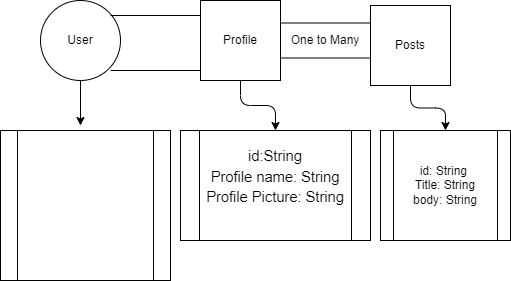
Above: schema.drawio.png in he445/project-diarioofc (draw.io), before the change. Source tidied: cells renumbered, new cells last; positions are measured from the earlier drawing's top-left corner, leaving out a move shared by most shapes.
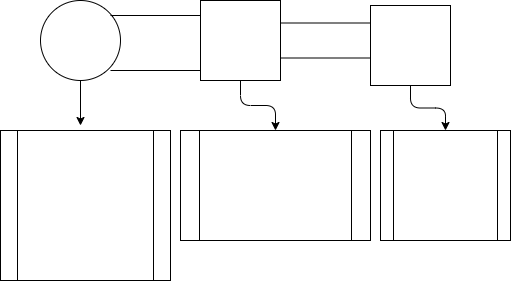
The same diagram one commit later.

The edit, as a diff of the source:
```diff
@@ -2,36 +2,36 @@
   <root>
     <mxCell id="0" />
     <mxCell id="1" parent="0" />
-    <mxCell id="2" style="edgeStyle=none;html=1;labelBackgroundColor=none;align=center;fontFamily=Helvetica;" parent="1" edge="1" source="3">
+    <mxCell id="2" style="edgeStyle=none;html=1;labelBackgroundColor=none;align=center;fontFamily=Helvetica;fontColor=#FFFFFF;" parent="1" edge="1" source="3">
       <mxGeometry relative="1" as="geometry">
         <mxPoint x="80" y="125" as="targetPoint" />
       </mxGeometry>
     </mxCell>
-    <mxCell id="3" value="User" style="ellipse;whiteSpace=wrap;html=1;labelBackgroundColor=none;align=center;fontFamily=Helvetica;" parent="1" vertex="1">
+    <mxCell id="3" value="User" style="ellipse;whiteSpace=wrap;html=1;labelBackgroundColor=none;align=center;fontFamily=Helvetica;fontColor=#FFFFFF;" parent="1" vertex="1">
       <mxGeometry x="40" width="80" height="80" as="geometry" />
     </mxCell>
-    <mxCell id="4" style="edgeStyle=orthogonalEdgeStyle;html=1;fontColor=#000000;labelBackgroundColor=none;align=center;fontFamily=Helvetica;" parent="1" edge="1" source="5" target="10">
+    <mxCell id="4" style="edgeStyle=orthogonalEdgeStyle;html=1;fontColor=#FFFFFF;labelBackgroundColor=none;align=center;fontFamily=Helvetica;" parent="1" edge="1" source="5" target="10">
       <mxGeometry relative="1" as="geometry" />
     </mxCell>
-    <mxCell id="5" value="Profile" style="whiteSpace=wrap;html=1;labelBackgroundColor=none;align=center;fontFamily=Helvetica;" parent="1" vertex="1">
+    <mxCell id="5" value="Profile" style="whiteSpace=wrap;html=1;labelBackgroundColor=none;align=center;fontFamily=Helvetica;fontColor=#FFFFFF;" parent="1" vertex="1">
       <mxGeometry x="200" width="80" height="80" as="geometry" />
     </mxCell>
-    <mxCell id="6" style="edgeStyle=orthogonalEdgeStyle;html=1;fontColor=#000000;labelBackgroundColor=none;align=center;fontFamily=Helvetica;" parent="1" edge="1" source="7" target="11">
+    <mxCell id="6" style="edgeStyle=orthogonalEdgeStyle;html=1;fontColor=#FFFFFF;labelBackgroundColor=none;align=center;fontFamily=Helvetica;" parent="1" edge="1" source="7" target="11">
       <mxGeometry relative="1" as="geometry" />
     </mxCell>
-    <mxCell id="7" value="Posts" style="whiteSpace=wrap;html=1;labelBackgroundColor=none;align=center;fontFamily=Helvetica;" parent="1" vertex="1">
+    <mxCell id="7" value="Posts" style="whiteSpace=wrap;html=1;labelBackgroundColor=none;align=center;fontFamily=Helvetica;fontColor=#FFFFFF;" parent="1" vertex="1">
       <mxGeometry x="370" y="5" width="80" height="80" as="geometry" />
     </mxCell>
-    <mxCell id="8" value="One to Many" style="shape=partialRectangle;whiteSpace=wrap;html=1;left=0;right=0;fillColor=none;labelBackgroundColor=none;align=center;fontFamily=Helvetica;" parent="1" vertex="1">
+    <mxCell id="8" value="One to Many" style="shape=partialRectangle;whiteSpace=wrap;html=1;left=0;right=0;fillColor=none;labelBackgroundColor=none;align=center;fontFamily=Helvetica;fontColor=#FFFFFF;" parent="1" vertex="1">
       <mxGeometry x="280" y="22.5" width="90" height="35" as="geometry" />
     </mxCell>
-    <mxCell id="9" value="&lt;span id=&quot;docs-internal-guid-df282f5a-7fff-cb5b-8f41-3b00759840ae&quot;&gt;&lt;p dir=&quot;ltr&quot; style=&quot;line-height: 1.38 ; margin-top: 0pt ; margin-bottom: 0pt&quot;&gt;&lt;span style=&quot;font-size: 11pt; vertical-align: baseline;&quot;&gt;&amp;nbsp;&amp;nbsp;id: string;&lt;/span&gt;&lt;/p&gt;&lt;p dir=&quot;ltr&quot; style=&quot;line-height: 1.38 ; margin-top: 0pt ; margin-bottom: 0pt&quot;&gt;&lt;span style=&quot;font-size: 11pt; vertical-align: baseline;&quot;&gt;&amp;nbsp; User name: string;&lt;/span&gt;&lt;/p&gt;&lt;p dir=&quot;ltr&quot; style=&quot;line-height: 1.38 ; margin-top: 0pt ; margin-bottom: 0pt&quot;&gt;&lt;span style=&quot;font-size: 11pt; vertical-align: baseline;&quot;&gt;&amp;nbsp;&amp;nbsp;email: string;&lt;/span&gt;&lt;/p&gt;&lt;p dir=&quot;ltr&quot; style=&quot;line-height: 1.38 ; margin-top: 0pt ; margin-bottom: 0pt&quot;&gt;&lt;span style=&quot;font-size: 11pt; vertical-align: baseline;&quot;&gt;&amp;nbsp;&amp;nbsp;password: string;&lt;/span&gt;&lt;/p&gt;&lt;p dir=&quot;ltr&quot; style=&quot;line-height: 1.38 ; margin-top: 0pt ; margin-bottom: 0pt&quot;&gt;&lt;span style=&quot;font-size: 11pt; vertical-align: baseline;&quot;&gt;&amp;nbsp;&amp;nbsp;cpf: string;&lt;/span&gt;&lt;/p&gt;&lt;p dir=&quot;ltr&quot; style=&quot;line-height: 1.38 ; margin-top: 0pt ; margin-bottom: 0pt&quot;&gt;&lt;span style=&quot;font-size: 11pt; vertical-align: baseline;&quot;&gt;&amp;nbsp;&amp;nbsp;role: string;&lt;/span&gt;&lt;/p&gt;&lt;div&gt;&lt;span style=&quot;font-size: 11pt; color: rgb(0, 0, 0); vertical-align: baseline;&quot;&gt;&lt;br&gt;&lt;/span&gt;&lt;/div&gt;&lt;/span&gt;" style="shape=process;whiteSpace=wrap;html=1;backgroundOutline=1;labelBackgroundColor=none;fontColor=#FFFFFF;align=center;fontFamily=Helvetica;" parent="1" vertex="1">
+    <mxCell id="9" value="&lt;span id=&quot;docs-internal-guid-df282f5a-7fff-cb5b-8f41-3b00759840ae&quot;&gt;&lt;p dir=&quot;ltr&quot; style=&quot;line-height: 1.38 ; margin-top: 0pt ; margin-bottom: 0pt&quot;&gt;&lt;span style=&quot;font-size: 11pt; vertical-align: baseline;&quot;&gt;&amp;nbsp;&amp;nbsp;id: string;&lt;/span&gt;&lt;/p&gt;&lt;p dir=&quot;ltr&quot; style=&quot;line-height: 1.38 ; margin-top: 0pt ; margin-bottom: 0pt&quot;&gt;&lt;span style=&quot;font-size: 11pt; vertical-align: baseline;&quot;&gt;&amp;nbsp; User name: string;&lt;/span&gt;&lt;/p&gt;&lt;p dir=&quot;ltr&quot; style=&quot;line-height: 1.38 ; margin-top: 0pt ; margin-bottom: 0pt&quot;&gt;&lt;span style=&quot;font-size: 11pt; vertical-align: baseline;&quot;&gt;&amp;nbsp;&amp;nbsp;email: string;&lt;/span&gt;&lt;/p&gt;&lt;p dir=&quot;ltr&quot; style=&quot;line-height: 1.38 ; margin-top: 0pt ; margin-bottom: 0pt&quot;&gt;&lt;span style=&quot;font-size: 11pt; vertical-align: baseline;&quot;&gt;&amp;nbsp;&amp;nbsp;password: string;&lt;/span&gt;&lt;/p&gt;&lt;p dir=&quot;ltr&quot; style=&quot;line-height: 1.38 ; margin-top: 0pt ; margin-bottom: 0pt&quot;&gt;&lt;span style=&quot;font-size: 11pt; vertical-align: baseline;&quot;&gt;&amp;nbsp;&amp;nbsp;cpf: string;&lt;/span&gt;&lt;/p&gt;&lt;p dir=&quot;ltr&quot; style=&quot;line-height: 1.38 ; margin-top: 0pt ; margin-bottom: 0pt&quot;&gt;&lt;span style=&quot;font-size: 11pt; vertical-align: baseline;&quot;&gt;&amp;nbsp;&amp;nbsp;role: string;&lt;/span&gt;&lt;/p&gt;&lt;div&gt;&lt;span style=&quot;font-size: 11pt; vertical-align: baseline;&quot;&gt;&lt;br&gt;&lt;/span&gt;&lt;/div&gt;&lt;/span&gt;" style="shape=process;whiteSpace=wrap;html=1;backgroundOutline=1;labelBackgroundColor=none;fontColor=#FFFFFF;align=center;fontFamily=Helvetica;" parent="1" vertex="1">
       <mxGeometry y="130" width="170" height="150" as="geometry" />
     </mxCell>
-    <mxCell id="10" value="&lt;span id=&quot;docs-internal-guid-a3b46b1f-7fff-5929-f7e5-c24bb7a05511&quot;&gt;&lt;p dir=&quot;ltr&quot; style=&quot;line-height: 1.38 ; margin-top: 0pt ; margin-bottom: 0pt&quot;&gt;&lt;span style=&quot;font-size: 11pt; vertical-align: baseline;&quot;&gt;id:String&lt;/span&gt;&lt;/p&gt;&lt;p dir=&quot;ltr&quot; style=&quot;line-height: 1.38 ; margin-top: 0pt ; margin-bottom: 0pt&quot;&gt;&lt;span style=&quot;font-size: 11pt; vertical-align: baseline;&quot;&gt;Profile name: String&lt;/span&gt;&lt;/p&gt;&lt;p dir=&quot;ltr&quot; style=&quot;line-height: 1.38 ; margin-top: 0pt ; margin-bottom: 0pt&quot;&gt;&lt;span style=&quot;font-size: 11pt; vertical-align: baseline;&quot;&gt;Profile Picture: String&lt;/span&gt;&lt;/p&gt;&lt;div&gt;&lt;span style=&quot;font-size: 11pt; color: rgb(0, 0, 0); vertical-align: baseline;&quot;&gt;&lt;br&gt;&lt;/span&gt;&lt;/div&gt;&lt;/span&gt;" style="shape=process;whiteSpace=wrap;html=1;backgroundOutline=1;align=center;labelBackgroundColor=none;fontFamily=Helvetica;" parent="1" vertex="1">
+    <mxCell id="10" value="&lt;span id=&quot;docs-internal-guid-a3b46b1f-7fff-5929-f7e5-c24bb7a05511&quot;&gt;&lt;p dir=&quot;ltr&quot; style=&quot;line-height: 1.38 ; margin-top: 0pt ; margin-bottom: 0pt&quot;&gt;&lt;span style=&quot;font-size: 11pt; vertical-align: baseline;&quot;&gt;id:String&lt;/span&gt;&lt;/p&gt;&lt;p dir=&quot;ltr&quot; style=&quot;line-height: 1.38 ; margin-top: 0pt ; margin-bottom: 0pt&quot;&gt;&lt;span style=&quot;font-size: 11pt; vertical-align: baseline;&quot;&gt;Profile name: String&lt;/span&gt;&lt;/p&gt;&lt;p dir=&quot;ltr&quot; style=&quot;line-height: 1.38 ; margin-top: 0pt ; margin-bottom: 0pt&quot;&gt;&lt;span style=&quot;font-size: 11pt; vertical-align: baseline;&quot;&gt;Profile Picture: String&lt;/span&gt;&lt;/p&gt;&lt;div&gt;&lt;span style=&quot;font-size: 11pt; vertical-align: baseline;&quot;&gt;&lt;br&gt;&lt;/span&gt;&lt;/div&gt;&lt;/span&gt;" style="shape=process;whiteSpace=wrap;html=1;backgroundOutline=1;align=center;labelBackgroundColor=none;fontFamily=Helvetica;fontColor=#FFFFFF;" parent="1" vertex="1">
       <mxGeometry x="180" y="130" width="190" height="110" as="geometry" />
     </mxCell>
-    <mxCell id="11" value="id: String&amp;nbsp;&lt;br&gt;Title: String&lt;br&gt;body: String" style="shape=process;whiteSpace=wrap;html=1;backgroundOutline=1;labelBackgroundColor=none;align=center;fontFamily=Helvetica;" parent="1" vertex="1">
+    <mxCell id="11" value="id: String&amp;nbsp;&lt;br&gt;Title: String&lt;br&gt;body: String" style="shape=process;whiteSpace=wrap;html=1;backgroundOutline=1;labelBackgroundColor=none;align=center;fontFamily=Helvetica;fontColor=#FFFFFF;" parent="1" vertex="1">
       <mxGeometry x="380" y="130" width="130" height="110" as="geometry" />
     </mxCell>
     <mxCell id="12" value="One to Many" style="shape=partialRectangle;whiteSpace=wrap;html=1;left=0;right=0;fillColor=none;fontColor=#FFFFFF;labelBackgroundColor=none;align=center;fontFamily=Helvetica;" parent="1" vertex="1">
```
